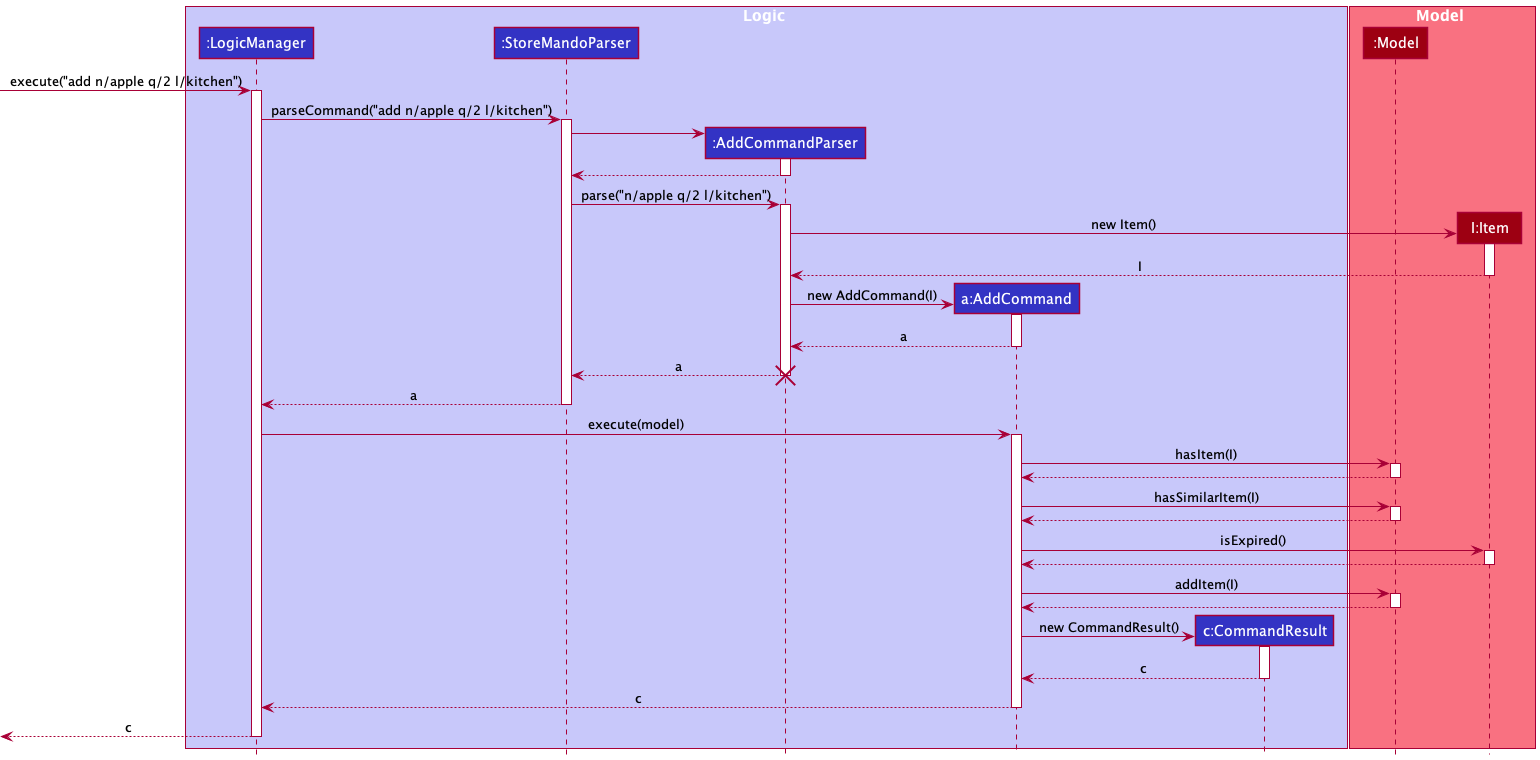
Earlier version of the PlantUML export docs/images/AddSequenceDiagram.png (nus-cs2103-AY2021S2/tp).
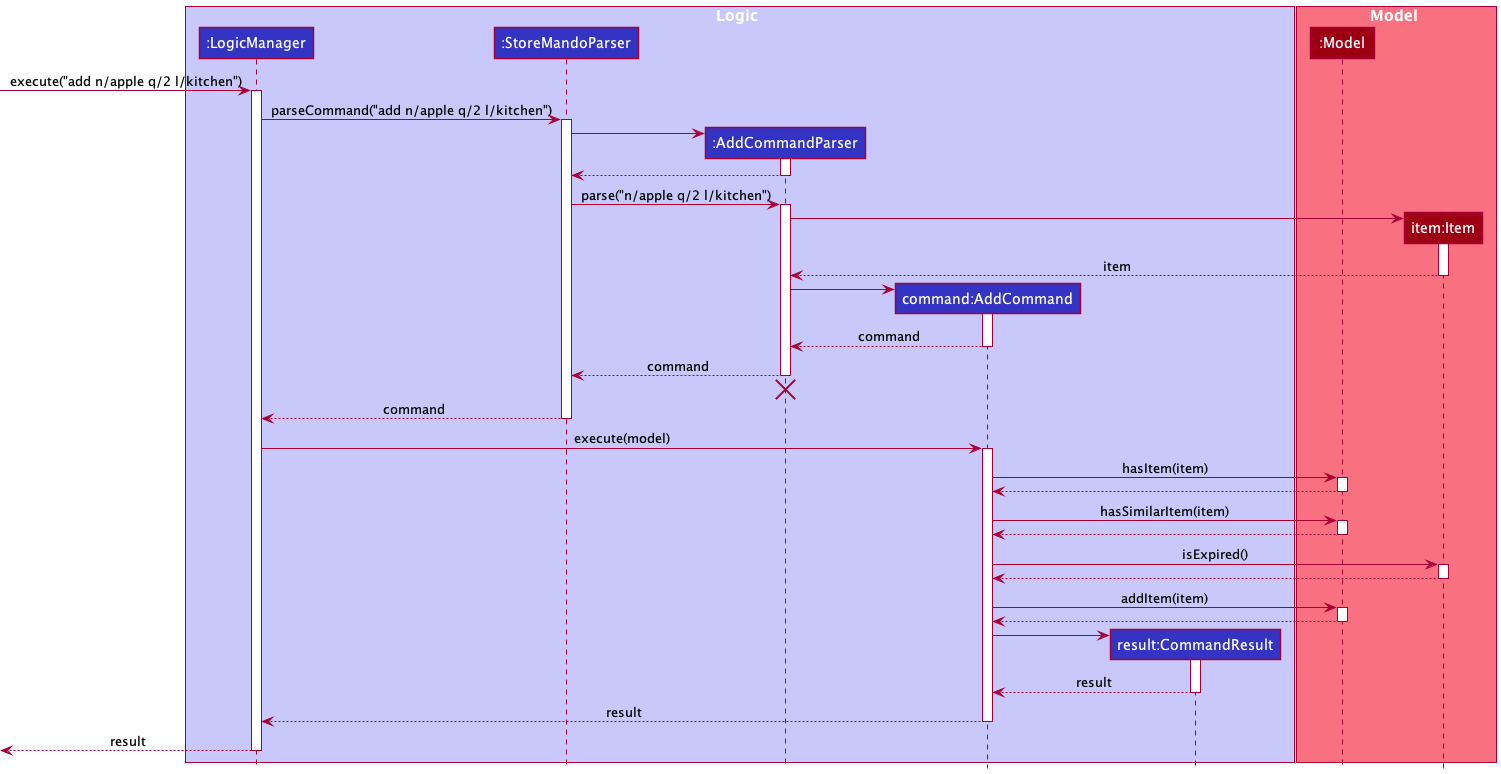
The same diagram one commit later.

Change to the diagram source:
```diff
@@ -5,13 +5,13 @@
 participant ":LogicManager" as LogicManager LOGIC_COLOR
 participant ":StoreMandoParser" as StoreMandoParser LOGIC_COLOR
 participant ":AddCommandParser" as AddCommandParser LOGIC_COLOR
-participant "a:AddCommand" as AddCommand LOGIC_COLOR
-participant "c:CommandResult" as CommandResult LOGIC_COLOR
+participant "command:AddCommand" as AddCommand LOGIC_COLOR
+participant "result:CommandResult" as CommandResult LOGIC_COLOR
 end box
 
 box Model MODEL_COLOR_T1
 participant ":Model" as Model MODEL_COLOR
-participant "I:Item" as Item MODEL_COLOR
+participant "item:Item" as Item MODEL_COLOR
 end box
 
 [-> LogicManager : execute("add n/apple q/2 l/kitchen")
@@ -31,34 +31,35 @@
 activate AddCommandParser
 
 create Item
-AddCommandParser -> Item : new Item()
+AddCommandParser -> Item :
 activate Item
-Item --> AddCommandParser : I
+Item --> AddCommandParser : item
 deactivate Item
 
 create AddCommand
-AddCommandParser -> AddCommand : new AddCommand(I)
+AddCommandParser -> AddCommand
 activate AddCommand
-AddCommand --> AddCommandParser : a
+AddCommand --> AddCommandParser : command
 deactivate AddCommand
 
 
-AddCommandParser --> StoreMandoParser : a
+AddCommandParser --> StoreMandoParser : command
 deactivate AddCommandParser
+AddCommandParser -[hidden]-> StoreMandoParser
 destroy AddCommandParser
 
-StoreMandoParser --> LogicManager : a
+StoreMandoParser --> LogicManager : command
 deactivate StoreMandoParser
 
 LogicManager -> AddCommand : execute(model)
 activate AddCommand
 
-AddCommand -> Model :hasItem(I)
+AddCommand -> Model :hasItem(item)
 activate Model
 Model --> AddCommand
 deactivate Model
 
-AddCommand -> Model :hasSimilarItem(I)
+AddCommand -> Model :hasSimilarItem(item)
 activate Model
 Model --> AddCommand
 deactivate Model
@@ -68,21 +69,21 @@
 Item --> AddCommand
 deactivate Item
 
-AddCommand -> Model : addItem(I)
+AddCommand -> Model : addItem(item)
 activate Model
 Model --> AddCommand
 deactivate Model
 
 
 create CommandResult
-AddCommand -> CommandResult : new CommandResult()
+AddCommand -> CommandResult
 activate CommandResult
-CommandResult --> AddCommand : c
+CommandResult --> AddCommand : result
 deactivate CommandResult
 
-AddCommand --> LogicManager: c
+AddCommand --> LogicManager: result
 deactivate AddCommand
 
-[<--LogicManager : c
+[<--LogicManager : result
 deactivate LogicManager
 @enduml
```
